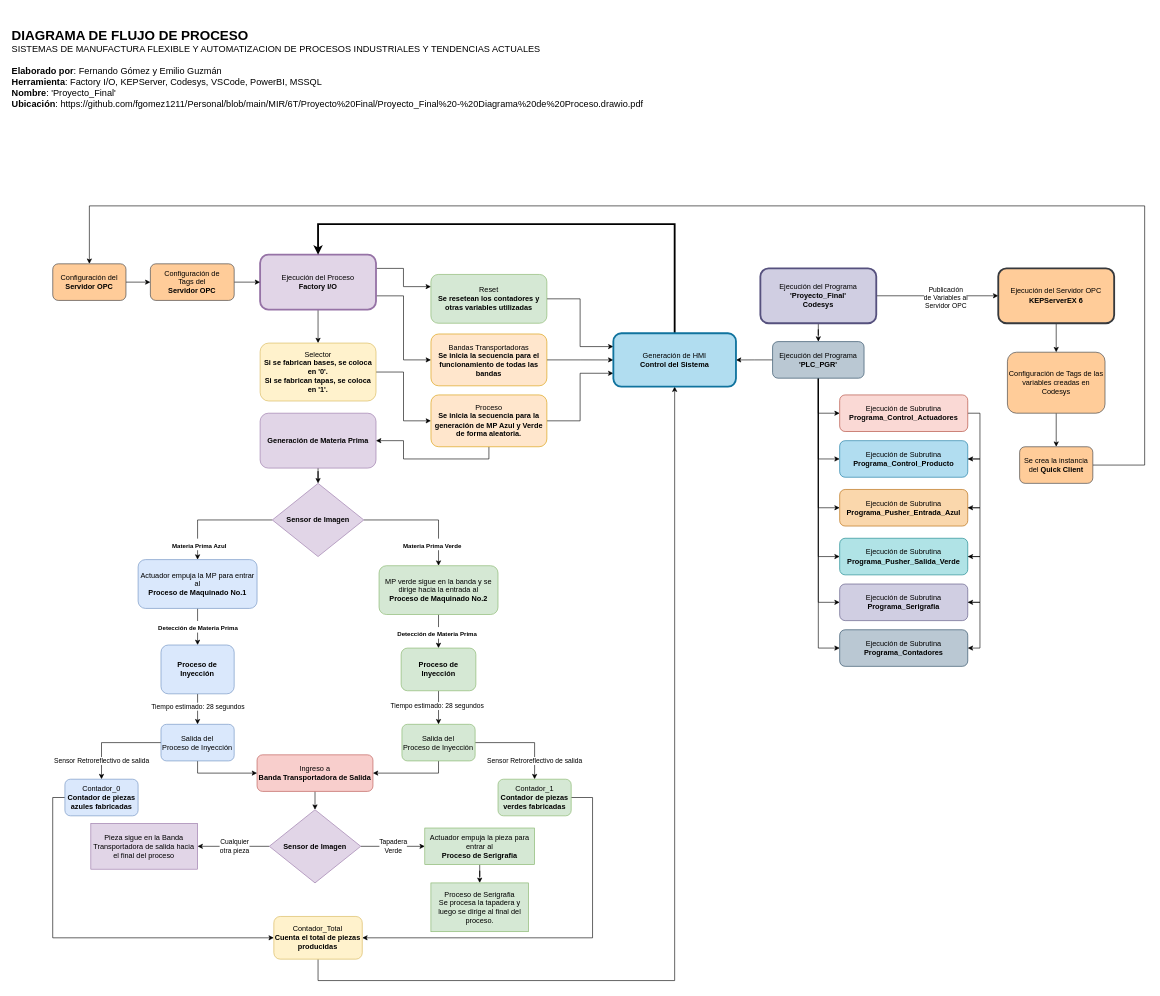
Above: MIR/6T/Proyecto Final/Proyecto_Final - Diagrama de Proceso.drawio in fgomez1211/Personal (draw.io), before the change. Source tidied: cells renumbered, new cells numbered last; positions are measured from the earlier drawing's top-left corner, leaving out a move shared by most shapes. Both pictures are drawn from the tidied source at 61%, with x=0, y=0 at pixel (10, 10).
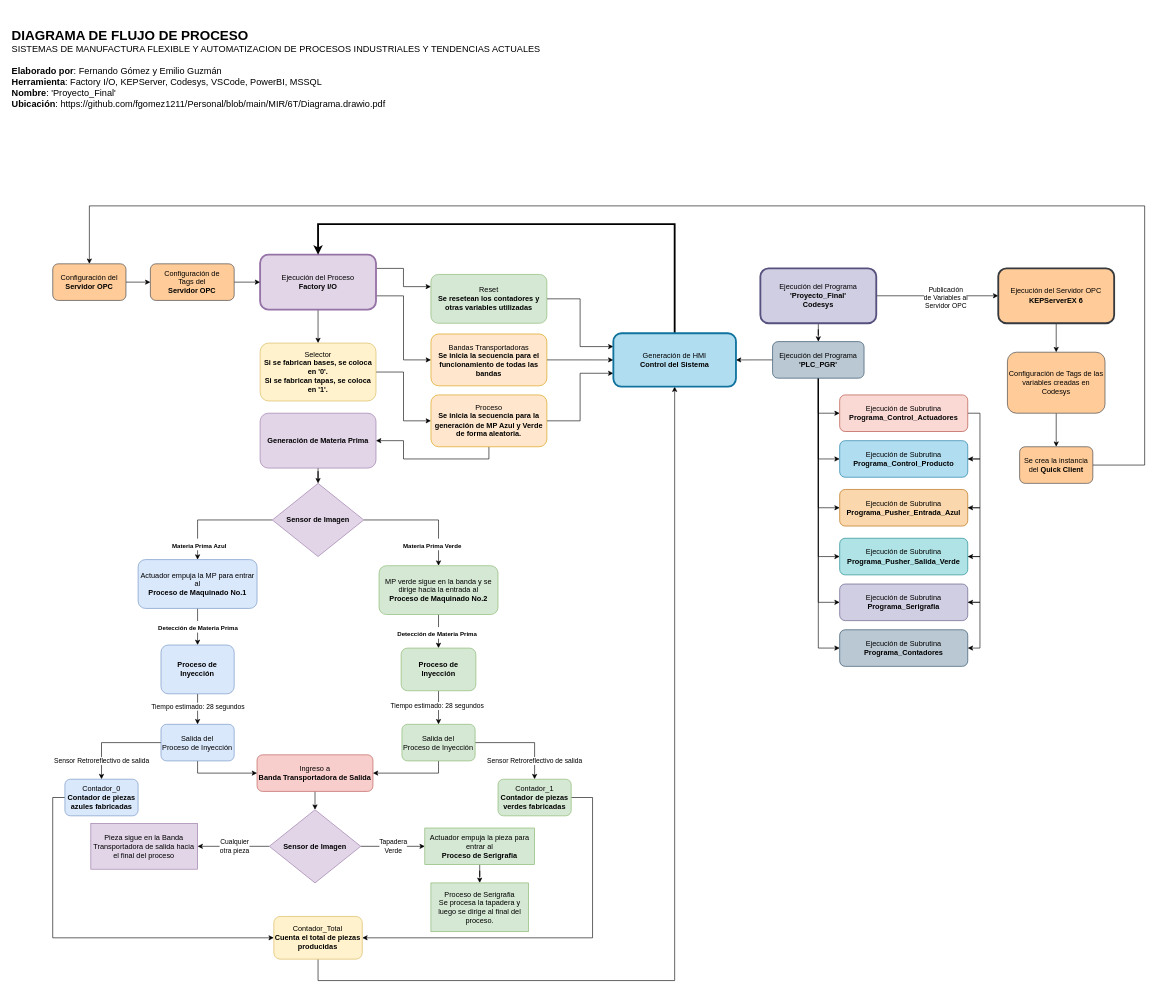
Above is the later version.

What changed in the source:
```diff
@@
-    <mxCell id="8" value="&lt;b style=&quot;font-size: 22px;&quot;&gt;DIAGRAMA DE FLUJO DE PROCESO&lt;br&gt;&lt;/b&gt;&lt;font style=&quot;font-size: 15px;&quot;&gt;&lt;span style=&quot;font-size: 15px;&quot;&gt;SISTEMAS DE MANUFACTURA FLEXIBLE Y AUTOMATIZACION DE PROCESOS INDUSTRIALES Y TENDENCIAS ACTUALES&lt;br&gt;&lt;/span&gt;&lt;br&gt;&lt;span style=&quot;font-size: 15px;&quot;&gt;&lt;b&gt;Elaborado por&lt;/b&gt;: Fernando Gómez y Emilio Guzmán&lt;/span&gt;&lt;br&gt;&lt;span style=&quot;font-size: 15px;&quot;&gt;&lt;b&gt;Herramienta&lt;/b&gt;: Factory I/O, KEPServer, Codesys, VSCode, PowerBI, MSSQL&lt;/span&gt;&lt;br&gt;&lt;span style=&quot;font-size: 15px;&quot;&gt;&lt;b&gt;Nombre&lt;/b&gt;: 'Proyecto_Final'&lt;/span&gt;&lt;br&gt;&lt;font style=&quot;font-size: 15px;&quot;&gt;&lt;b&gt;Ubicación&lt;/b&gt;:&amp;nbsp;https://github.com/fgomez1211/Personal/blob/main/MIR/6T/Proyecto%20Final/Proyecto_Final%20-%20Diagrama%20de%20Proceso.drawio.pdf&lt;/font&gt;&lt;br&gt;&lt;/font&gt;" style="text;html=1;strokeColor=none;fillColor=none;align=left;verticalAlign=middle;whiteSpace=wrap;rounded=0;" parent="1" vertex="1">
+    <mxCell id="8" value="&lt;b style=&quot;font-size: 22px;&quot;&gt;DIAGRAMA DE FLUJO DE PROCESO&lt;br&gt;&lt;/b&gt;&lt;font style=&quot;font-size: 15px;&quot;&gt;&lt;span style=&quot;font-size: 15px;&quot;&gt;SISTEMAS DE MANUFACTURA FLEXIBLE Y AUTOMATIZACION DE PROCESOS INDUSTRIALES Y TENDENCIAS ACTUALES&lt;br&gt;&lt;/span&gt;&lt;br&gt;&lt;span style=&quot;font-size: 15px;&quot;&gt;&lt;b&gt;Elaborado por&lt;/b&gt;: Fernando Gómez y Emilio Guzmán&lt;/span&gt;&lt;br&gt;&lt;span style=&quot;font-size: 15px;&quot;&gt;&lt;b&gt;Herramienta&lt;/b&gt;: Factory I/O, KEPServer, Codesys, VSCode, PowerBI, MSSQL&lt;/span&gt;&lt;br&gt;&lt;span style=&quot;font-size: 15px;&quot;&gt;&lt;b&gt;Nombre&lt;/b&gt;: 'Proyecto_Final'&lt;/span&gt;&lt;br&gt;&lt;font style=&quot;font-size: 15px;&quot;&gt;&lt;b&gt;Ubicación&lt;/b&gt;:&amp;nbsp;https://github.com/fgomez1211/Personal/blob/main/MIR/6T/Diagrama.drawio.pdf&lt;/font&gt;&lt;br&gt;&lt;/font&gt;" style="text;html=1;strokeColor=none;fillColor=none;align=left;verticalAlign=middle;whiteSpace=wrap;rounded=0;" parent="1" vertex="1">
       <mxGeometry width="1080" height="190" as="geometry" />
     </mxCell>
```
